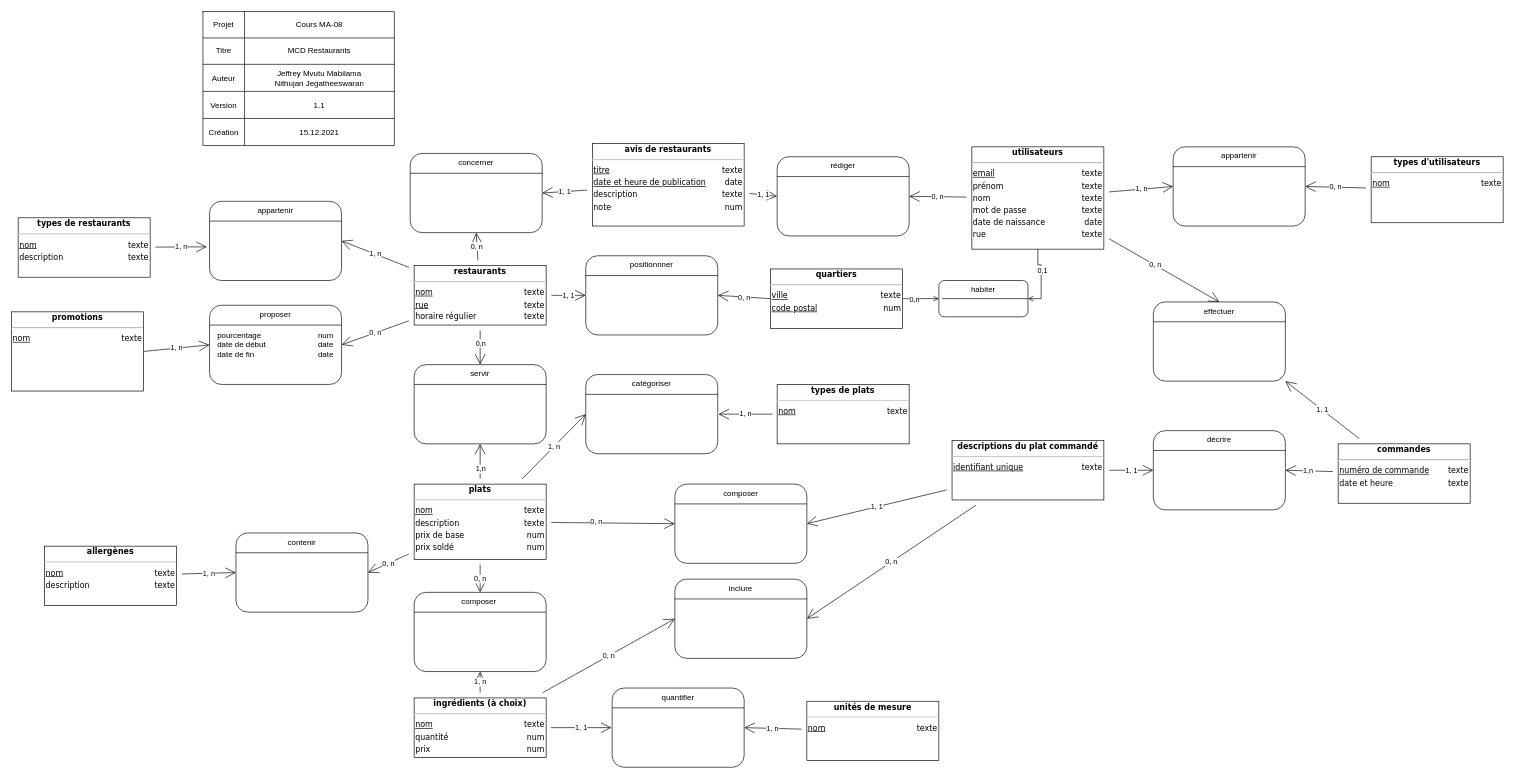
Earlier version of the draw.io diagram travail/MCD_v1-0.drawio (J-Nithujan/MA-08-Modele-Restaurants). Source tidied: cells renumbered, new cells numbered last; positions are measured from the earlier drawing's top-left corner, leaving out a move shared by most shapes. Both pictures are drawn from the tidied source at 66%, with x=0, y=0 at pixel (11, 11).
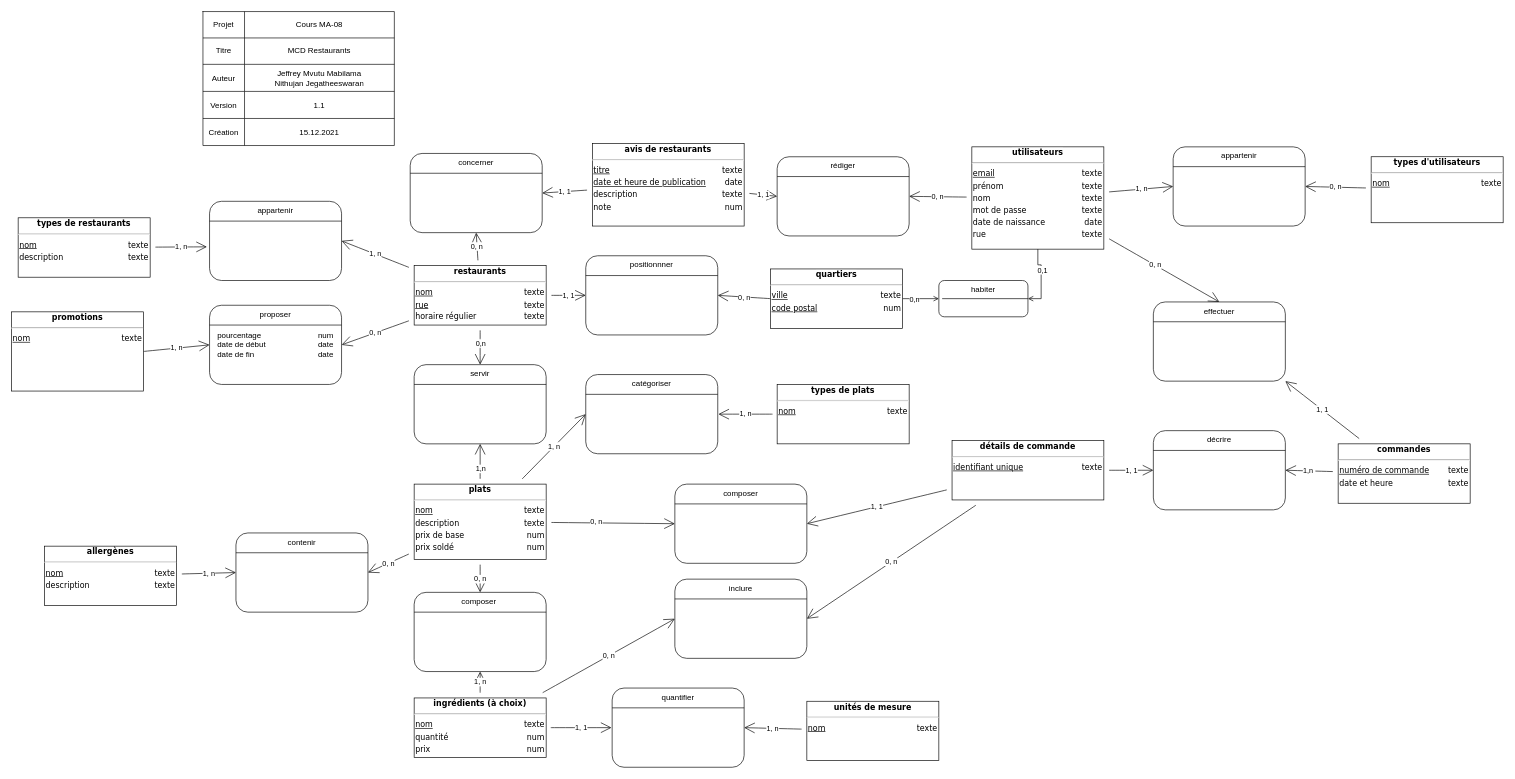
Above is the later version.

Change to the diagram source:
```diff
@@
-    <mxCell id="67" value="&lt;div style=&quot;box-sizing: border-box ; width: 100% ; padding: 2px&quot;&gt;&lt;span style=&quot;background-color: rgb(255 , 255 , 255)&quot;&gt;&lt;b&gt;descriptions du plat commandé&lt;/b&gt;&lt;/span&gt;&lt;/div&gt;&lt;hr&gt;&lt;table style=&quot;width: 100% ; font-size: 1em&quot; cellpadding=&quot;2&quot; cellspacing=&quot;0&quot;&gt;&lt;tbody&gt;&lt;tr&gt;&lt;td style=&quot;text-align: left&quot;&gt;&lt;u&gt;identifiant unique&lt;/u&gt;&lt;/td&gt;&lt;td style=&quot;text-align: right&quot;&gt;texte&lt;br&gt;&lt;/td&gt;&lt;/tr&gt;&lt;/tbody&gt;&lt;/table&gt;" style="verticalAlign=top;align=center;overflow=fill;html=1;rounded=0;shadow=0;comic=0;labelBackgroundColor=none;strokeColor=#000000;strokeWidth=1;fillColor=#ffffff;fontFamily=Verdana;fontSize=12;fontColor=#000000;" parent="1" vertex="1">
+    <mxCell id="67" value="&lt;div style=&quot;box-sizing: border-box ; width: 100% ; padding: 2px&quot;&gt;&lt;span style=&quot;background-color: rgb(255 , 255 , 255)&quot;&gt;&lt;b&gt;détails de commande&lt;/b&gt;&lt;/span&gt;&lt;/div&gt;&lt;hr&gt;&lt;table style=&quot;width: 100% ; font-size: 1em&quot; cellpadding=&quot;2&quot; cellspacing=&quot;0&quot;&gt;&lt;tbody&gt;&lt;tr&gt;&lt;td style=&quot;text-align: left&quot;&gt;&lt;u&gt;identifiant unique&lt;/u&gt;&lt;/td&gt;&lt;td style=&quot;text-align: right&quot;&gt;texte&lt;br&gt;&lt;/td&gt;&lt;/tr&gt;&lt;/tbody&gt;&lt;/table&gt;" style="verticalAlign=top;align=center;overflow=fill;html=1;rounded=0;shadow=0;comic=0;labelBackgroundColor=none;strokeColor=#000000;strokeWidth=1;fillColor=#ffffff;fontFamily=Verdana;fontSize=12;fontColor=#000000;" parent="1" vertex="1">
       <mxGeometry x="1425" y="650" width="230" height="90" as="geometry" />
     </mxCell>
```
